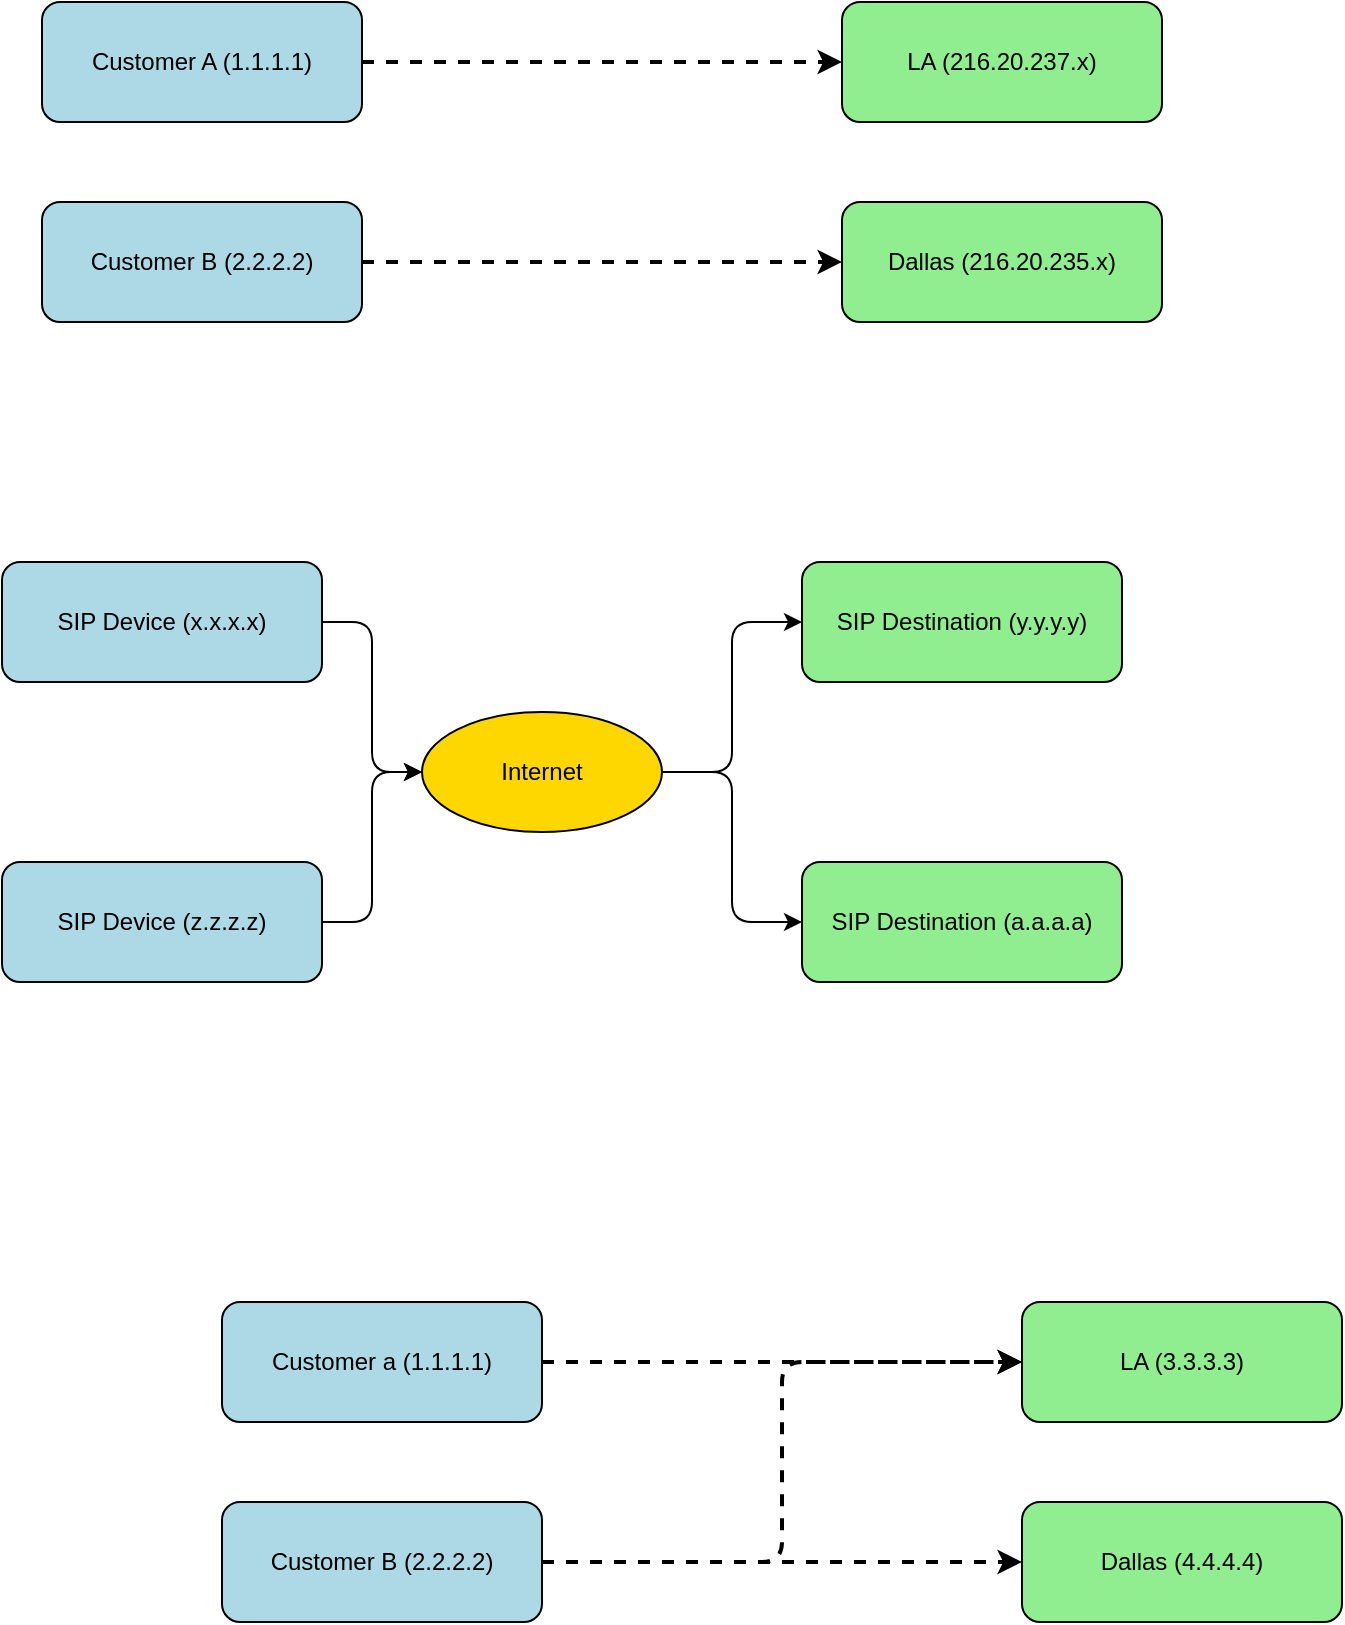
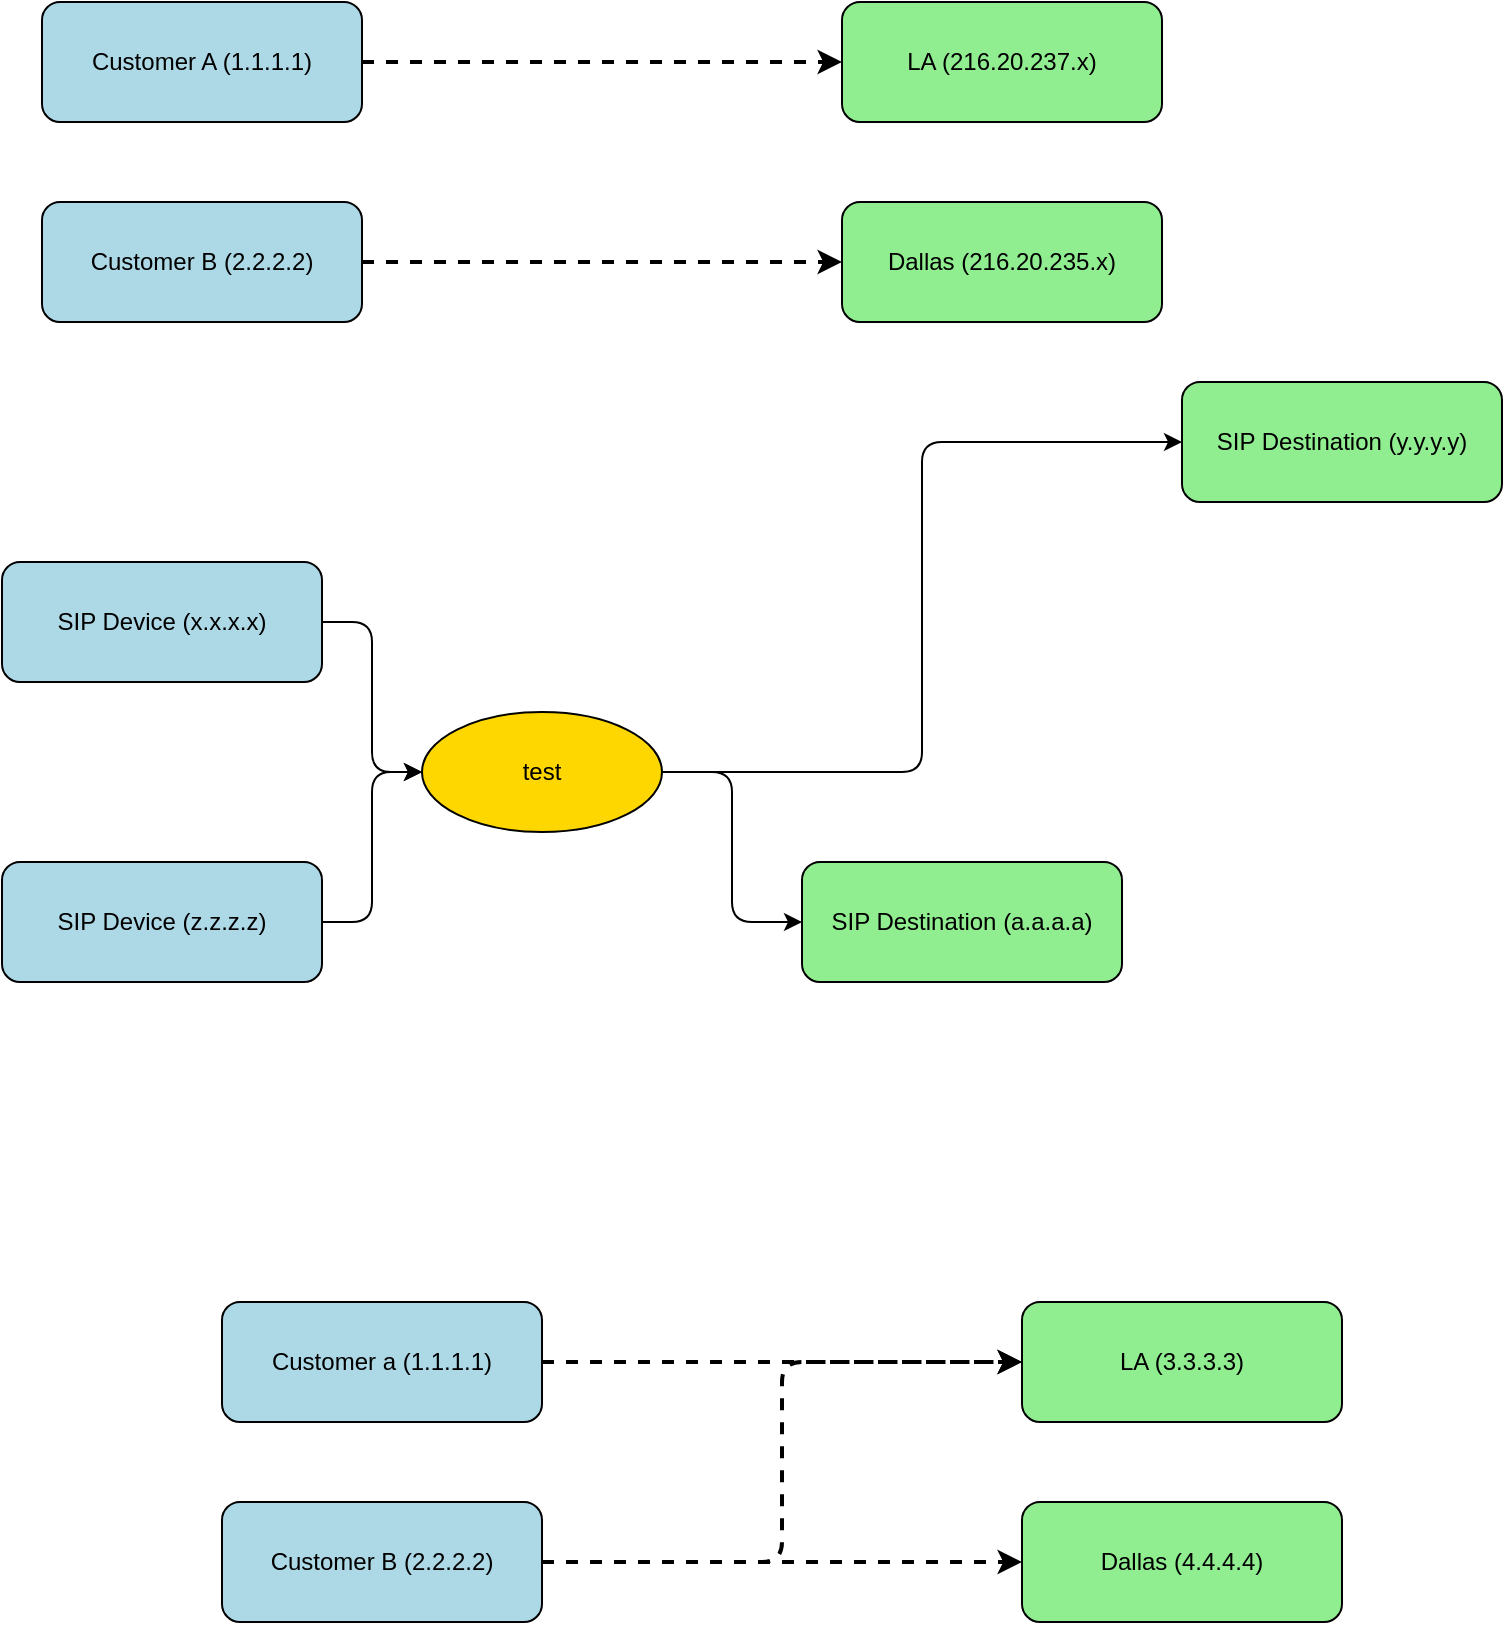
- <mxfile host="app.diagrams.net" agent="Mozilla/5.0 (Windows NT 10.0; Win64; x64) AppleWebKit/537.36 (KHTML, like Gecko) Chrome/148.0.0.0 Safari/537.36 Edg/148.0.0.0" version="28.2.7">
+ <mxfile host="app.diagrams.net" agent="Mozilla/5.0 (Windows NT 10.0; Win64; x64) AppleWebKit/537.36 (KHTML, like Gecko) Chrome/148.0.0.0 Safari/537.36 Edg/148.0.0.0">
  <diagram name="Page-1" id="xdbh73GW9rktwfFxfLc4">
-     <mxGraphModel dx="1418" dy="780" grid="1" gridSize="10" guides="1" tooltips="1" connect="1" arrows="1" fold="1" page="1" pageScale="1" pageWidth="1100" pageHeight="850" math="0" shadow="0">
+     <mxGraphModel dx="2926" dy="1140" grid="1" gridSize="10" guides="1" tooltips="1" connect="1" arrows="1" fold="1" page="1" pageScale="1" pageWidth="1100" pageHeight="850" math="0" shadow="0">
      <root>
        <mxCell id="0" />
        <mxCell id="1" parent="0" />
-         <mxCell id="SBQnA6op8r5wbmLXn7Ww-6" value="SIP Device (x.x.x.x)" style="rounded=1;whiteSpace=wrap;html=1;fillColor=#ADD8E6;" parent="1" vertex="1">
-           <mxGeometry x="180" y="360" width="160" height="60" as="geometry" />
+         <mxCell id="SBQnA6op8r5wbmLXn7Ww-6" parent="1" style="rounded=1;whiteSpace=wrap;html=1;fillColor=#ADD8E6;" value="SIP Device (x.x.x.x)" vertex="1">
+           <mxGeometry height="60" width="160" x="180" y="360" as="geometry" />
        </mxCell>
-         <mxCell id="SBQnA6op8r5wbmLXn7Ww-7" value="SIP Device (z.z.z.z)" style="rounded=1;whiteSpace=wrap;html=1;fillColor=#ADD8E6;" parent="1" vertex="1">
-           <mxGeometry x="180" y="510" width="160" height="60" as="geometry" />
+         <mxCell id="SBQnA6op8r5wbmLXn7Ww-7" parent="1" style="rounded=1;whiteSpace=wrap;html=1;fillColor=#ADD8E6;" value="SIP Device (z.z.z.z)" vertex="1">
+           <mxGeometry height="60" width="160" x="180" y="510" as="geometry" />
        </mxCell>
-         <mxCell id="SBQnA6op8r5wbmLXn7Ww-8" value="Internet" style="ellipse;whiteSpace=wrap;html=1;fillColor=#FFD700;" parent="1" vertex="1">
-           <mxGeometry x="390" y="435" width="120" height="60" as="geometry" />
+         <mxCell id="SBQnA6op8r5wbmLXn7Ww-8" parent="1" style="ellipse;whiteSpace=wrap;html=1;fillColor=#FFD700;" value="test" vertex="1">
+           <mxGeometry height="60" width="120" x="390" y="435" as="geometry" />
        </mxCell>
-         <mxCell id="SBQnA6op8r5wbmLXn7Ww-9" value="SIP Destination (y.y.y.y)" style="rounded=1;whiteSpace=wrap;html=1;fillColor=#90EE90;" parent="1" vertex="1">
-           <mxGeometry x="580" y="360" width="160" height="60" as="geometry" />
+         <mxCell id="SBQnA6op8r5wbmLXn7Ww-9" parent="1" style="rounded=1;whiteSpace=wrap;html=1;fillColor=#90EE90;" value="SIP Destination (y.y.y.y)" vertex="1">
+           <mxGeometry height="60" width="160" x="770" y="270" as="geometry" />
        </mxCell>
-         <mxCell id="SBQnA6op8r5wbmLXn7Ww-10" value="SIP Destination (a.a.a.a)" style="rounded=1;whiteSpace=wrap;html=1;fillColor=#90EE90;" parent="1" vertex="1">
-           <mxGeometry x="580" y="510" width="160" height="60" as="geometry" />
+         <mxCell id="SBQnA6op8r5wbmLXn7Ww-10" parent="1" style="rounded=1;whiteSpace=wrap;html=1;fillColor=#90EE90;" value="SIP Destination (a.a.a.a)" vertex="1">
+           <mxGeometry height="60" width="160" x="580" y="510" as="geometry" />
        </mxCell>
-         <mxCell id="SBQnA6op8r5wbmLXn7Ww-11" style="edgeStyle=elbowEdgeStyle;rounded=1;strokeColor=#000000;" parent="1" source="SBQnA6op8r5wbmLXn7Ww-6" target="SBQnA6op8r5wbmLXn7Ww-8" edge="1">
+         <mxCell id="SBQnA6op8r5wbmLXn7Ww-11" edge="1" parent="1" source="SBQnA6op8r5wbmLXn7Ww-6" style="edgeStyle=elbowEdgeStyle;rounded=1;strokeColor=#000000;" target="SBQnA6op8r5wbmLXn7Ww-8">
          <mxGeometry relative="1" as="geometry" />
        </mxCell>
-         <mxCell id="SBQnA6op8r5wbmLXn7Ww-12" style="edgeStyle=elbowEdgeStyle;rounded=1;strokeColor=#000000;" parent="1" source="SBQnA6op8r5wbmLXn7Ww-8" target="SBQnA6op8r5wbmLXn7Ww-9" edge="1">
+         <mxCell id="SBQnA6op8r5wbmLXn7Ww-12" edge="1" parent="1" source="SBQnA6op8r5wbmLXn7Ww-8" style="edgeStyle=elbowEdgeStyle;rounded=1;strokeColor=#000000;" target="SBQnA6op8r5wbmLXn7Ww-9">
          <mxGeometry relative="1" as="geometry" />
        </mxCell>
-         <mxCell id="SBQnA6op8r5wbmLXn7Ww-13" style="edgeStyle=elbowEdgeStyle;rounded=1;strokeColor=#000000;" parent="1" source="SBQnA6op8r5wbmLXn7Ww-7" target="SBQnA6op8r5wbmLXn7Ww-8" edge="1">
+         <mxCell id="SBQnA6op8r5wbmLXn7Ww-13" edge="1" parent="1" source="SBQnA6op8r5wbmLXn7Ww-7" style="edgeStyle=elbowEdgeStyle;rounded=1;strokeColor=#000000;" target="SBQnA6op8r5wbmLXn7Ww-8">
          <mxGeometry relative="1" as="geometry" />
        </mxCell>
-         <mxCell id="SBQnA6op8r5wbmLXn7Ww-14" style="edgeStyle=elbowEdgeStyle;rounded=1;strokeColor=#000000;" parent="1" source="SBQnA6op8r5wbmLXn7Ww-8" target="SBQnA6op8r5wbmLXn7Ww-10" edge="1">
+         <mxCell id="SBQnA6op8r5wbmLXn7Ww-14" edge="1" parent="1" source="SBQnA6op8r5wbmLXn7Ww-8" style="edgeStyle=elbowEdgeStyle;rounded=1;strokeColor=#000000;" target="SBQnA6op8r5wbmLXn7Ww-10">
          <mxGeometry relative="1" as="geometry" />
        </mxCell>
-         <mxCell id="SBQnA6op8r5wbmLXn7Ww-15" value="Customer A (1.1.1.1)" style="rounded=1;whiteSpace=wrap;html=1;fillColor=#ADD8E6;" parent="1" vertex="1">
-           <mxGeometry x="200" y="80" width="160" height="60" as="geometry" />
+         <mxCell id="SBQnA6op8r5wbmLXn7Ww-15" parent="1" style="rounded=1;whiteSpace=wrap;html=1;fillColor=#ADD8E6;" value="Customer A (1.1.1.1)" vertex="1">
+           <mxGeometry height="60" width="160" x="200" y="80" as="geometry" />
        </mxCell>
-         <mxCell id="SBQnA6op8r5wbmLXn7Ww-16" value="Customer B (2.2.2.2)" style="rounded=1;whiteSpace=wrap;html=1;fillColor=#ADD8E6;" parent="1" vertex="1">
-           <mxGeometry x="200" y="180" width="160" height="60" as="geometry" />
+         <mxCell id="SBQnA6op8r5wbmLXn7Ww-16" parent="1" style="rounded=1;whiteSpace=wrap;html=1;fillColor=#ADD8E6;" value="Customer B (2.2.2.2)" vertex="1">
+           <mxGeometry height="60" width="160" x="200" y="180" as="geometry" />
        </mxCell>
-         <mxCell id="SBQnA6op8r5wbmLXn7Ww-17" value="LA (216.20.237.x)" style="rounded=1;whiteSpace=wrap;html=1;fillColor=#90EE90;" parent="1" vertex="1">
-           <mxGeometry x="600" y="80" width="160" height="60" as="geometry" />
+         <mxCell id="SBQnA6op8r5wbmLXn7Ww-17" parent="1" style="rounded=1;whiteSpace=wrap;html=1;fillColor=#90EE90;" value="LA (216.20.237.x)" vertex="1">
+           <mxGeometry height="60" width="160" x="600" y="80" as="geometry" />
        </mxCell>
-         <mxCell id="SBQnA6op8r5wbmLXn7Ww-18" value="Dallas (216.20.235.x)" style="rounded=1;whiteSpace=wrap;html=1;fillColor=#90EE90;" parent="1" vertex="1">
-           <mxGeometry x="600" y="180" width="160" height="60" as="geometry" />
+         <mxCell id="SBQnA6op8r5wbmLXn7Ww-18" parent="1" style="rounded=1;whiteSpace=wrap;html=1;fillColor=#90EE90;" value="Dallas (216.20.235.x)" vertex="1">
+           <mxGeometry height="60" width="160" x="600" y="180" as="geometry" />
        </mxCell>
-         <mxCell id="SBQnA6op8r5wbmLXn7Ww-19" style="edgeStyle=elbowEdgeStyle;rounded=1;strokeColor=#000000;dashed=1;strokeWidth=2;" parent="1" source="SBQnA6op8r5wbmLXn7Ww-15" target="SBQnA6op8r5wbmLXn7Ww-17" edge="1">
+         <mxCell id="SBQnA6op8r5wbmLXn7Ww-19" edge="1" parent="1" source="SBQnA6op8r5wbmLXn7Ww-15" style="edgeStyle=elbowEdgeStyle;rounded=1;strokeColor=#000000;dashed=1;strokeWidth=2;" target="SBQnA6op8r5wbmLXn7Ww-17">
          <mxGeometry relative="1" as="geometry" />
        </mxCell>
-         <mxCell id="SBQnA6op8r5wbmLXn7Ww-22" style="edgeStyle=elbowEdgeStyle;rounded=1;strokeColor=#000000;dashed=1;strokeWidth=2;" parent="1" source="SBQnA6op8r5wbmLXn7Ww-16" target="SBQnA6op8r5wbmLXn7Ww-18" edge="1">
+         <mxCell id="SBQnA6op8r5wbmLXn7Ww-22" edge="1" parent="1" source="SBQnA6op8r5wbmLXn7Ww-16" style="edgeStyle=elbowEdgeStyle;rounded=1;strokeColor=#000000;dashed=1;strokeWidth=2;" target="SBQnA6op8r5wbmLXn7Ww-18">
          <mxGeometry relative="1" as="geometry" />
        </mxCell>
-         <mxCell id="SBQnA6op8r5wbmLXn7Ww-23" value="Customer a (1.1.1.1)" style="rounded=1;whiteSpace=wrap;html=1;fillColor=#ADD8E6;" parent="1" vertex="1">
-           <mxGeometry x="290" y="730" width="160" height="60" as="geometry" />
+         <mxCell id="SBQnA6op8r5wbmLXn7Ww-23" parent="1" style="rounded=1;whiteSpace=wrap;html=1;fillColor=#ADD8E6;" value="Customer a (1.1.1.1)" vertex="1">
+           <mxGeometry height="60" width="160" x="290" y="730" as="geometry" />
        </mxCell>
-         <mxCell id="SBQnA6op8r5wbmLXn7Ww-24" value="Customer B (2.2.2.2)" style="rounded=1;whiteSpace=wrap;html=1;fillColor=#ADD8E6;" parent="1" vertex="1">
-           <mxGeometry x="290" y="830" width="160" height="60" as="geometry" />
+         <mxCell id="SBQnA6op8r5wbmLXn7Ww-24" parent="1" style="rounded=1;whiteSpace=wrap;html=1;fillColor=#ADD8E6;" value="Customer B (2.2.2.2)" vertex="1">
+           <mxGeometry height="60" width="160" x="290" y="830" as="geometry" />
        </mxCell>
-         <mxCell id="SBQnA6op8r5wbmLXn7Ww-25" value="LA (3.3.3.3)" style="rounded=1;whiteSpace=wrap;html=1;fillColor=#90EE90;" parent="1" vertex="1">
-           <mxGeometry x="690" y="730" width="160" height="60" as="geometry" />
+         <mxCell id="SBQnA6op8r5wbmLXn7Ww-25" parent="1" style="rounded=1;whiteSpace=wrap;html=1;fillColor=#90EE90;" value="LA (3.3.3.3)" vertex="1">
+           <mxGeometry height="60" width="160" x="690" y="730" as="geometry" />
        </mxCell>
-         <mxCell id="SBQnA6op8r5wbmLXn7Ww-26" value="Dallas (4.4.4.4)" style="rounded=1;whiteSpace=wrap;html=1;fillColor=#90EE90;" parent="1" vertex="1">
-           <mxGeometry x="690" y="830" width="160" height="60" as="geometry" />
+         <mxCell id="SBQnA6op8r5wbmLXn7Ww-26" parent="1" style="rounded=1;whiteSpace=wrap;html=1;fillColor=#90EE90;" value="Dallas (4.4.4.4)" vertex="1">
+           <mxGeometry height="60" width="160" x="690" y="830" as="geometry" />
        </mxCell>
-         <mxCell id="SBQnA6op8r5wbmLXn7Ww-27" style="edgeStyle=elbowEdgeStyle;rounded=1;strokeColor=#000000;dashed=1;strokeWidth=2;" parent="1" source="SBQnA6op8r5wbmLXn7Ww-23" target="SBQnA6op8r5wbmLXn7Ww-25" edge="1">
+         <mxCell id="SBQnA6op8r5wbmLXn7Ww-27" edge="1" parent="1" source="SBQnA6op8r5wbmLXn7Ww-23" style="edgeStyle=elbowEdgeStyle;rounded=1;strokeColor=#000000;dashed=1;strokeWidth=2;" target="SBQnA6op8r5wbmLXn7Ww-25">
          <mxGeometry relative="1" as="geometry" />
        </mxCell>
-         <mxCell id="SBQnA6op8r5wbmLXn7Ww-28" style="edgeStyle=elbowEdgeStyle;rounded=1;strokeColor=#000000;dashed=1;strokeWidth=2;" parent="1" source="SBQnA6op8r5wbmLXn7Ww-24" target="SBQnA6op8r5wbmLXn7Ww-25" edge="1">
+         <mxCell id="SBQnA6op8r5wbmLXn7Ww-28" edge="1" parent="1" source="SBQnA6op8r5wbmLXn7Ww-24" style="edgeStyle=elbowEdgeStyle;rounded=1;strokeColor=#000000;dashed=1;strokeWidth=2;" target="SBQnA6op8r5wbmLXn7Ww-25">
          <mxGeometry relative="1" as="geometry" />
        </mxCell>
-         <mxCell id="SBQnA6op8r5wbmLXn7Ww-29" style="edgeStyle=elbowEdgeStyle;rounded=1;strokeColor=#000000;dashed=1;strokeWidth=2;" parent="1" source="SBQnA6op8r5wbmLXn7Ww-24" target="SBQnA6op8r5wbmLXn7Ww-26" edge="1">
+         <mxCell id="SBQnA6op8r5wbmLXn7Ww-29" edge="1" parent="1" source="SBQnA6op8r5wbmLXn7Ww-24" style="edgeStyle=elbowEdgeStyle;rounded=1;strokeColor=#000000;dashed=1;strokeWidth=2;" target="SBQnA6op8r5wbmLXn7Ww-26">
          <mxGeometry relative="1" as="geometry" />
        </mxCell>
      </root>
    </mxGraphModel>
  </diagram>
</mxfile>
